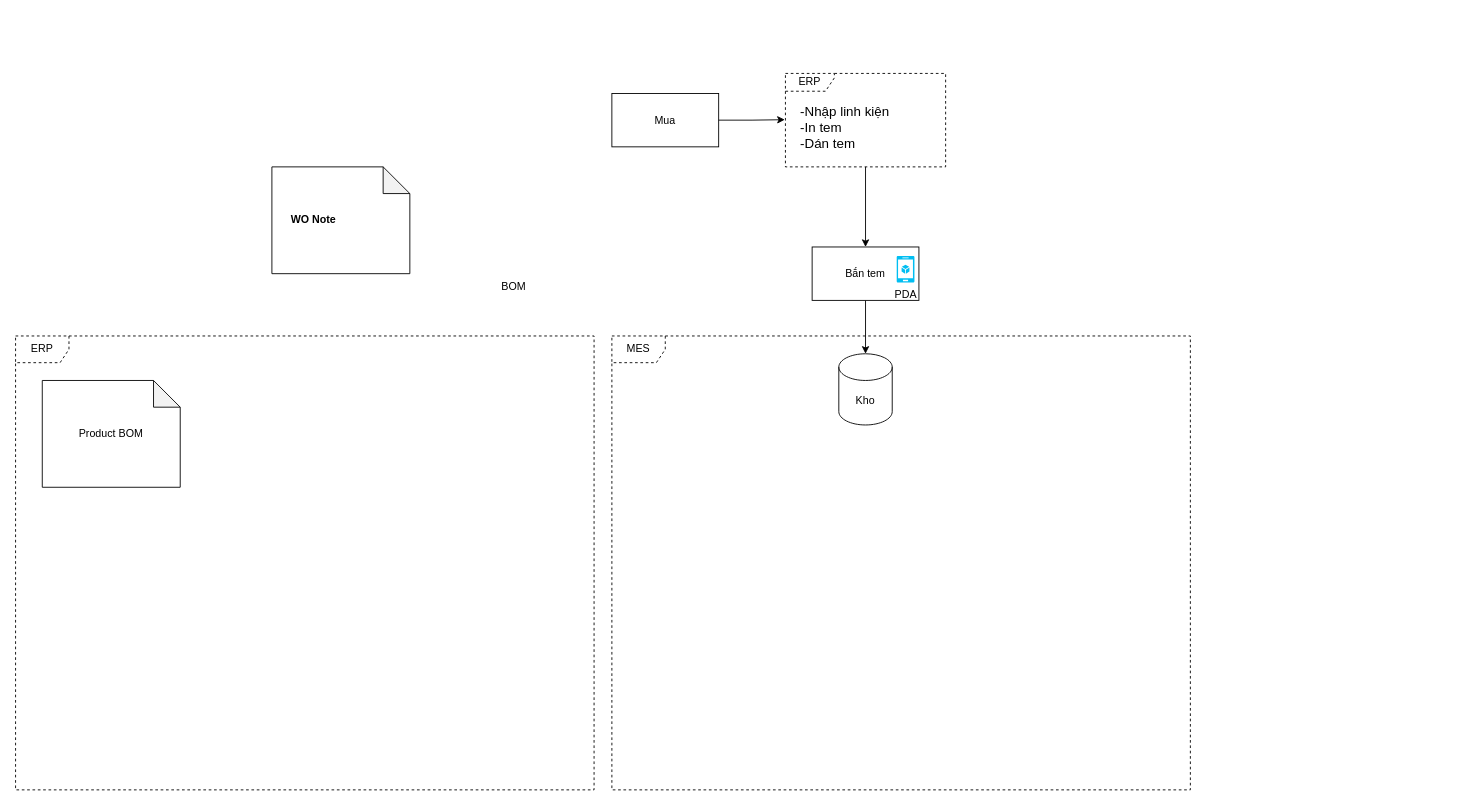
Above: Mes-erp.drawio in hainv8876/Doc (draw.io), before the change. Source tidied: cells renumbered, new cells numbered last; positions are measured from the earlier drawing's top-left corner, leaving out a move shared by most shapes. Both pictures are drawn from the tidied source at 89%, with x=0, y=0 at pixel (15, 73).
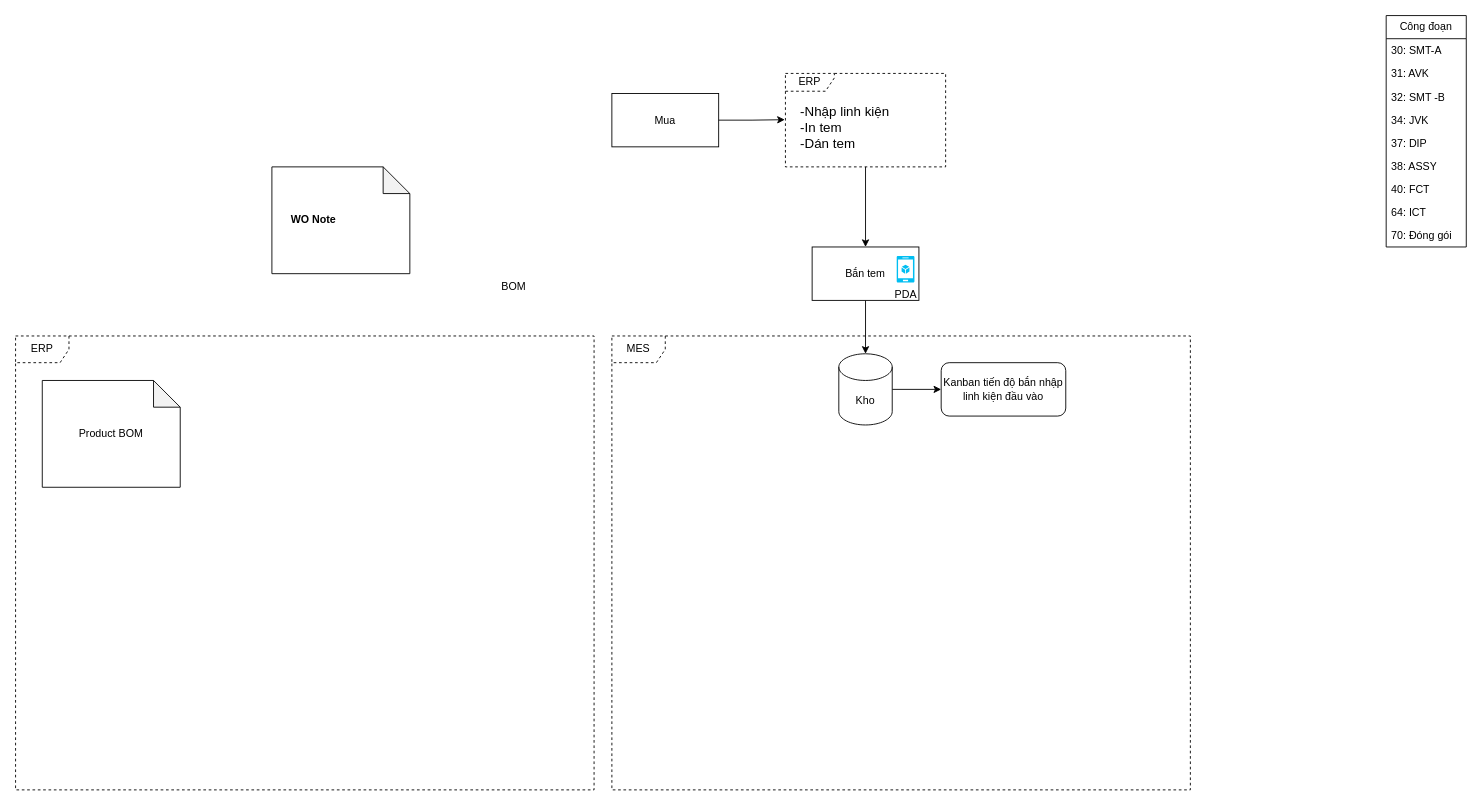
Above is the later version.

Unchanged cells that the change refers to:
```xml
<mxCell id="2" value="Kho" style="shape=cylinder3;whiteSpace=wrap;html=1;boundedLbl=1;backgroundOutline=1;size=15;" parent="1" vertex="1">
  <mxGeometry x="925" y="315" width="60" height="80" as="geometry" />
</mxCell>
```

The edit, as a diff of the source:
```diff
@@
+    <mxCell id="18" style="edgeStyle=orthogonalEdgeStyle;rounded=0;jettySize=auto;html=1;" parent="1" edge="1" source="2" target="29">
+      <mxGeometry relative="1" as="geometry" />
+    </mxCell>
@@
+    <mxCell id="19" value="Công đoạn" style="swimlane;fontStyle=0;horizontal=1;startSize=26;fillColor=none;whiteSpace=wrap;html=1;" parent="1" vertex="1">
+      <mxGeometry x="1540" y="-65" width="90" height="260" as="geometry" />
+    </mxCell>
+    <mxCell id="20" value="30: SMT-A" style="text;strokeColor=none;fillColor=none;align=left;verticalAlign=top;spacingLeft=4;spacingRight=4;overflow=hidden;whiteSpace=wrap;html=1;" parent="19" vertex="1">
+      <mxGeometry y="26" width="90" height="26" as="geometry" />
+    </mxCell>
+    <mxCell id="21" value="31: AVK" style="text;strokeColor=none;fillColor=none;align=left;verticalAlign=top;spacingLeft=4;spacingRight=4;overflow=hidden;whiteSpace=wrap;html=1;" parent="19" vertex="1">
+      <mxGeometry y="52" width="90" height="26" as="geometry" />
+    </mxCell>
+    <mxCell id="22" value="32: SMT -B" style="text;strokeColor=none;fillColor=none;align=left;verticalAlign=top;spacingLeft=4;spacingRight=4;overflow=hidden;whiteSpace=wrap;html=1;" parent="19" vertex="1">
+      <mxGeometry y="78" width="90" height="26" as="geometry" />
+    </mxCell>
+    <mxCell id="23" value="34: JVK" style="text;strokeColor=none;fillColor=none;align=left;verticalAlign=top;spacingLeft=4;spacingRight=4;overflow=hidden;whiteSpace=wrap;html=1;" parent="19" vertex="1">
+      <mxGeometry y="104" width="90" height="26" as="geometry" />
+    </mxCell>
+    <mxCell id="24" value="37: DIP" style="text;strokeColor=none;fillColor=none;align=left;verticalAlign=top;spacingLeft=4;spacingRight=4;overflow=hidden;whiteSpace=wrap;html=1;" parent="19" vertex="1">
+      <mxGeometry y="130" width="90" height="26" as="geometry" />
+    </mxCell>
+    <mxCell id="25" value="38: ASSY" style="text;strokeColor=none;fillColor=none;align=left;verticalAlign=top;spacingLeft=4;spacingRight=4;overflow=hidden;whiteSpace=wrap;html=1;" parent="19" vertex="1">
+      <mxGeometry y="156" width="90" height="26" as="geometry" />
+    </mxCell>
+    <mxCell id="26" value="40: FCT" style="text;strokeColor=none;fillColor=none;align=left;verticalAlign=top;spacingLeft=4;spacingRight=4;overflow=hidden;whiteSpace=wrap;html=1;" parent="19" vertex="1">
+      <mxGeometry y="182" width="90" height="26" as="geometry" />
+    </mxCell>
+    <mxCell id="27" value="64: ICT" style="text;strokeColor=none;fillColor=none;align=left;verticalAlign=top;spacingLeft=4;spacingRight=4;overflow=hidden;whiteSpace=wrap;html=1;" parent="19" vertex="1">
+      <mxGeometry y="208" width="90" height="26" as="geometry" />
+    </mxCell>
+    <mxCell id="28" value="70: Đóng gói" style="text;strokeColor=none;fillColor=none;align=left;verticalAlign=top;spacingLeft=4;spacingRight=4;overflow=hidden;whiteSpace=wrap;html=1;" parent="19" vertex="1">
+      <mxGeometry y="234" width="90" height="26" as="geometry" />
+    </mxCell>
+    <mxCell id="29" value="Kanban tiến độ bắn nhập linh kiện đầu vào" style="rounded=1;whiteSpace=wrap;html=1;" parent="1" vertex="1">
+      <mxGeometry x="1040" y="325" width="140" height="60" as="geometry" />
+    </mxCell>
```
